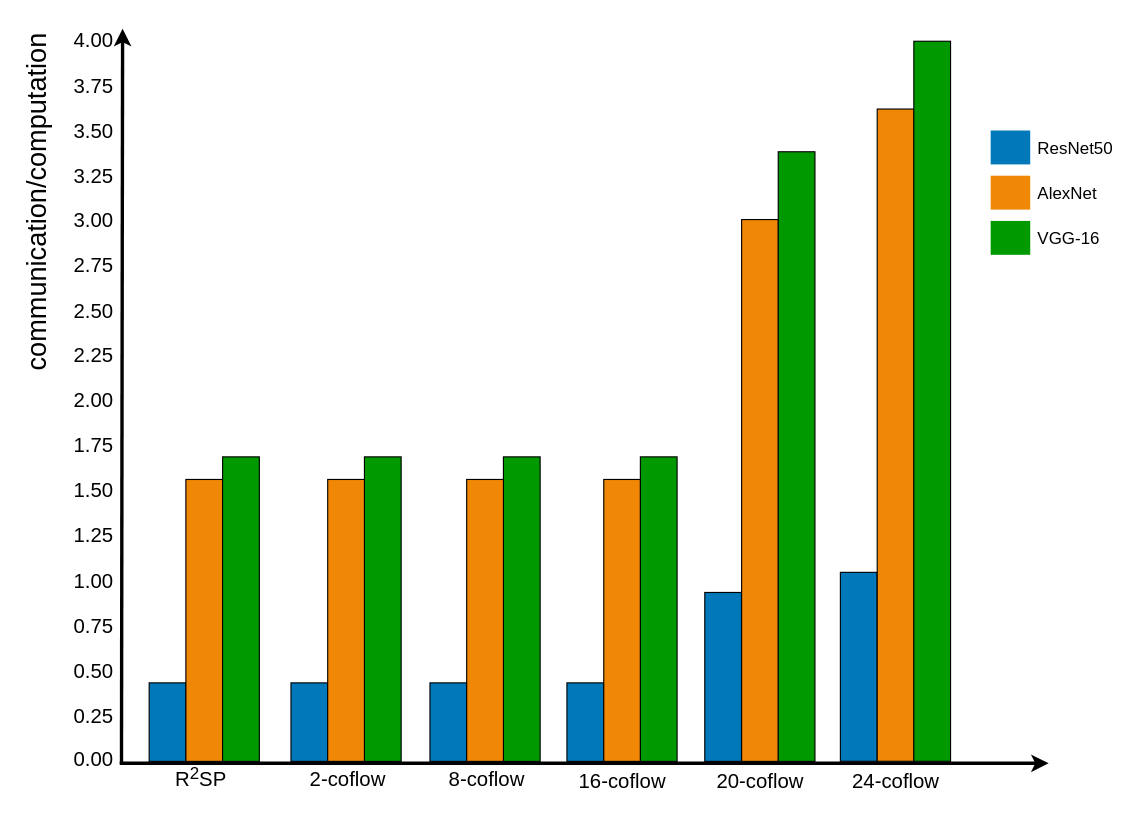
Earlier version of the draw.io diagram 128-cc-model.drawio (1398111846/paper). Source tidied: cells renumbered, new cells numbered last; positions are measured from the earlier drawing's top-left corner, leaving out a move shared by most shapes. Both pictures are drawn from the tidied source at 113%, with x=0, y=0 at pixel (19, 20).
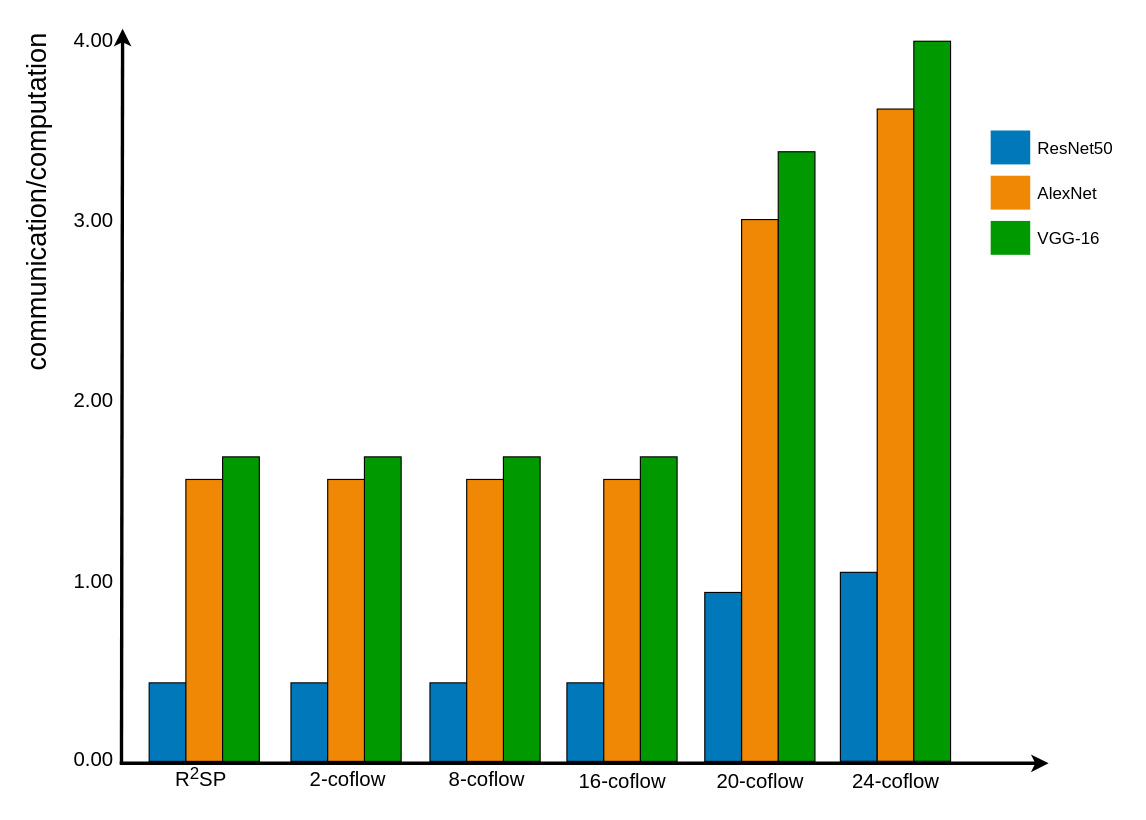
After the change.

What changed in the source:
```diff
@@
-    <mxCell id="14" value="2.75" style="text;spacingTop=-5;align=center;verticalAlign=middle;fontStyle=0;html=1;fontSize=18;labelBackgroundColor=none;labelBorderColor=none;rounded=0;" parent="1" vertex="1">
-      <mxGeometry x="50" y="199" width="30" height="40" as="geometry" />
-    </mxCell>
@@
-    <mxCell id="16" value="1.75" style="text;spacingTop=-5;align=center;verticalAlign=middle;fontStyle=0;html=1;fontSize=18;labelBackgroundColor=none;labelBorderColor=none;rounded=0;" parent="1" vertex="1">
-      <mxGeometry x="50" y="358" width="30" height="40" as="geometry" />
-    </mxCell>
-    <mxCell id="17" value="1.25" style="text;spacingTop=-5;align=center;verticalAlign=middle;fontStyle=0;html=1;fontSize=18;labelBackgroundColor=none;labelBorderColor=none;rounded=0;" parent="1" vertex="1">
-      <mxGeometry x="50" y="438" width="30" height="40" as="geometry" />
-    </mxCell>
-    <mxCell id="18" value="0.50" style="text;spacingTop=-5;align=center;verticalAlign=middle;fontStyle=0;html=1;fontSize=18;labelBackgroundColor=none;labelBorderColor=none;rounded=0;" parent="1" vertex="1">
-      <mxGeometry x="50" y="558.8" width="30" height="40" as="geometry" />
-    </mxCell>
-    <mxCell id="19" value="2.25" style="text;spacingTop=-5;align=center;verticalAlign=middle;fontStyle=0;html=1;fontSize=18;labelBackgroundColor=none;labelBorderColor=none;rounded=0;" parent="1" vertex="1">
-      <mxGeometry x="50" y="278" width="30" height="40" as="geometry" />
-    </mxCell>
-    <mxCell id="20" value="2.50" style="text;spacingTop=-5;align=center;verticalAlign=middle;fontStyle=0;html=1;fontSize=18;labelBackgroundColor=none;labelBorderColor=none;rounded=0;" parent="1" vertex="1">
-      <mxGeometry x="50" y="239" width="30" height="40" as="geometry" />
-    </mxCell>
@@
-    <mxCell id="22" value="1.50" style="text;spacingTop=-5;align=center;verticalAlign=middle;fontStyle=0;html=1;fontSize=18;labelBackgroundColor=none;labelBorderColor=none;rounded=0;" parent="1" vertex="1">
-      <mxGeometry x="50" y="398" width="30" height="40" as="geometry" />
-    </mxCell>
@@
-    <mxCell id="24" value="0.25" style="text;spacingTop=-5;align=center;verticalAlign=middle;fontStyle=0;html=1;fontSize=18;labelBackgroundColor=none;labelBorderColor=none;rounded=0;" parent="1" vertex="1">
-      <mxGeometry x="50" y="598.5" width="30" height="40" as="geometry" />
-    </mxCell>
@@
-    <mxCell id="34" value="3.50" style="text;spacingTop=-5;align=center;verticalAlign=middle;fontStyle=0;html=1;fontSize=18;labelBackgroundColor=none;labelBorderColor=none;rounded=0;" parent="1" vertex="1">
-      <mxGeometry x="50" y="80" width="30" height="40" as="geometry" />
-    </mxCell>
@@
-    <mxCell id="36" value="3.25" style="text;spacingTop=-5;align=center;verticalAlign=middle;fontStyle=0;html=1;fontSize=18;labelBackgroundColor=none;labelBorderColor=none;rounded=0;" parent="1" vertex="1">
-      <mxGeometry x="50" y="120" width="30" height="40" as="geometry" />
-    </mxCell>
-    <mxCell id="37" value="0.75" style="text;spacingTop=-5;align=center;verticalAlign=middle;fontStyle=0;html=1;fontSize=18;labelBackgroundColor=none;labelBorderColor=none;rounded=0;" parent="1" vertex="1">
-      <mxGeometry x="50" y="518" width="30" height="40" as="geometry" />
-    </mxCell>
@@
-    <mxCell id="47" value="3.75" style="text;spacingTop=-5;align=center;verticalAlign=middle;fontStyle=0;html=1;fontSize=18;labelBackgroundColor=none;labelBorderColor=none;rounded=0;" parent="1" vertex="1">
-      <mxGeometry x="50" y="40" width="30" height="40" as="geometry" />
-    </mxCell>
```
